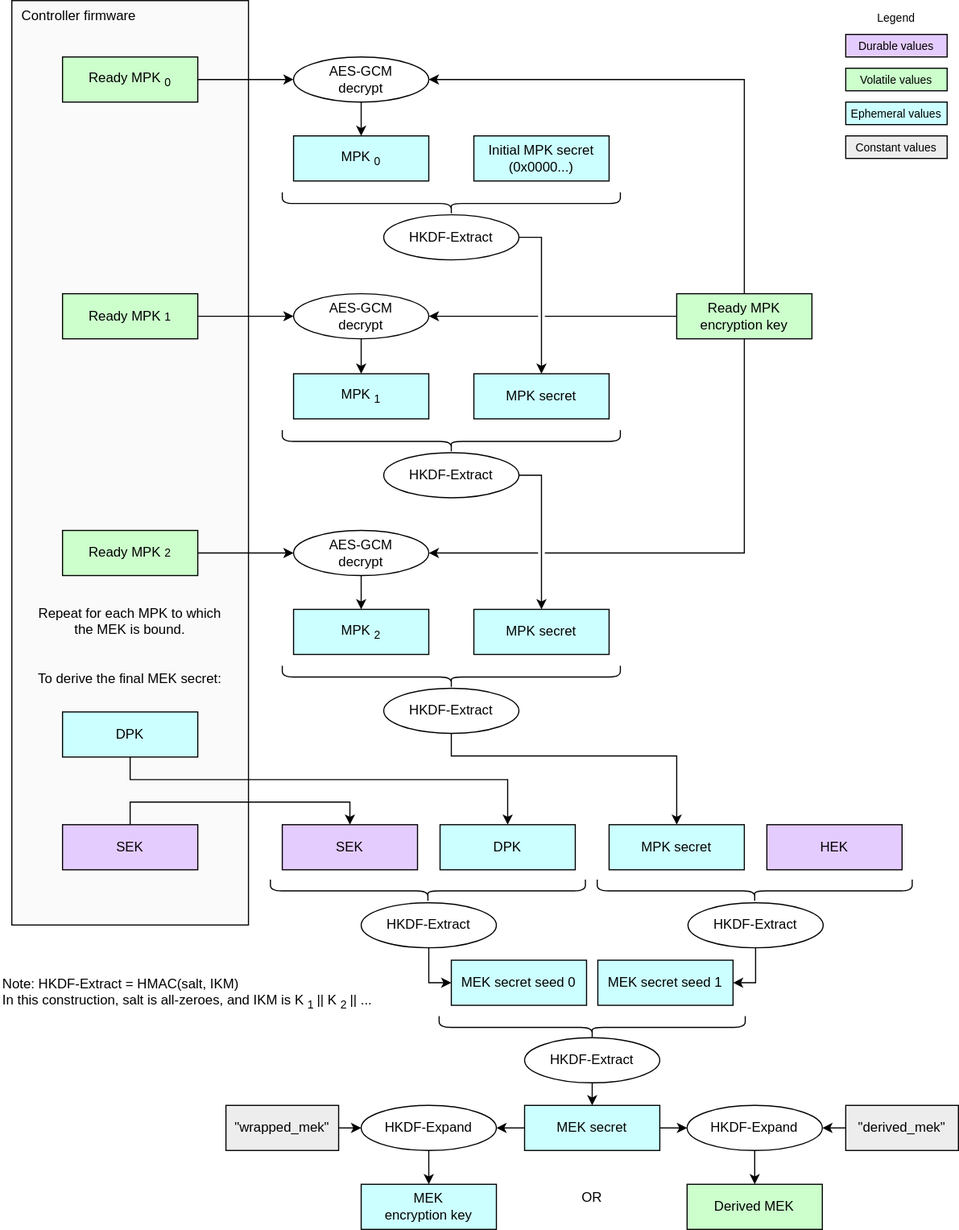
Above: doc/ocp_lock/diagrams/mek_secret_derivation.drawio.svg in chipsalliance/Caliptra (draw.io), before the change. Source tidied: cells renumbered, new cells last; positions are measured from the earlier drawing's top-left corner, leaving out a move shared by most shapes.
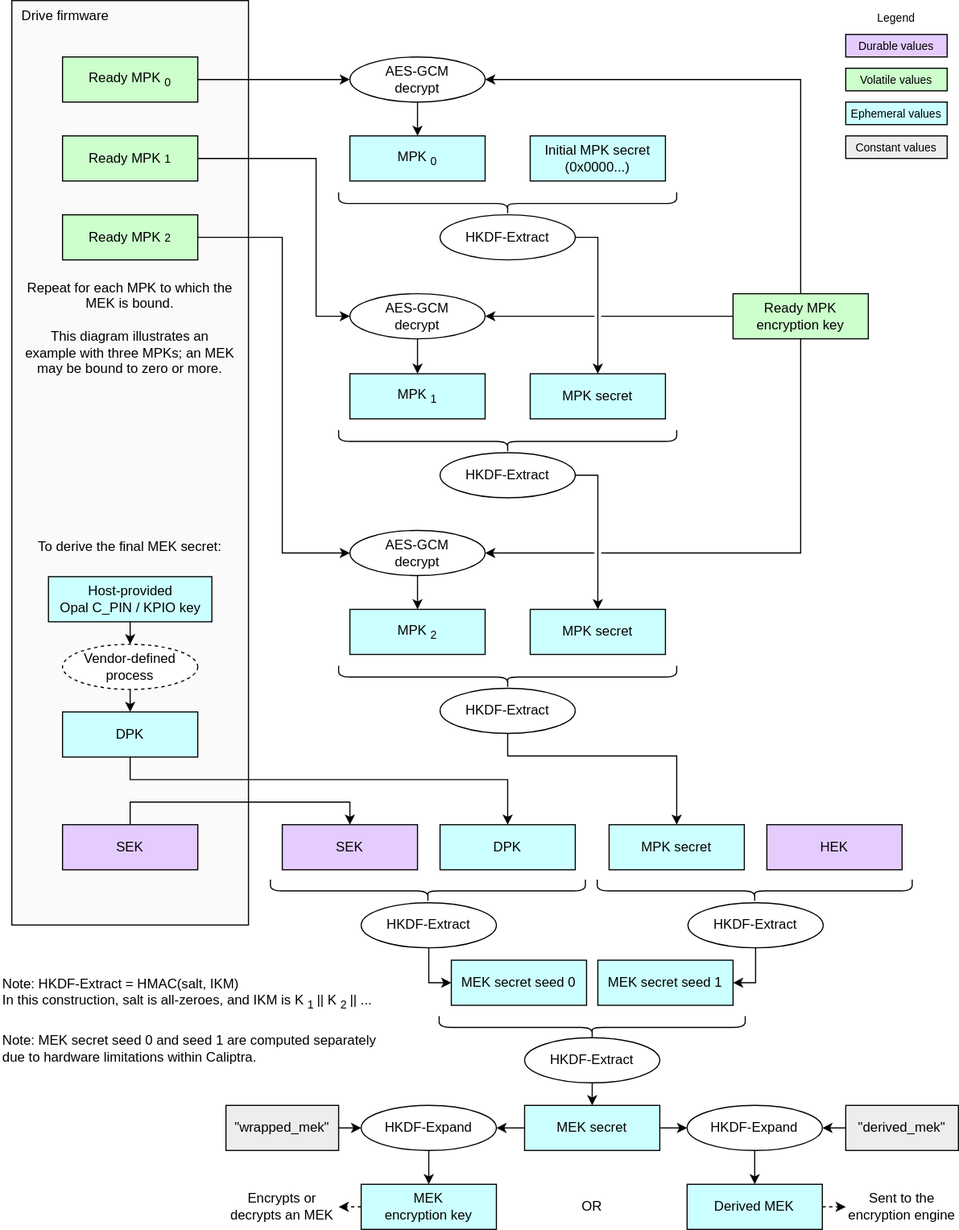
Later version of the same file.

Diff of the diagram source:
```diff
@@ -2,7 +2,7 @@
   <root>
     <mxCell id="0" />
     <mxCell id="1" parent="0" />
-    <mxCell id="2" value="Controller firmware" style="rounded=0;whiteSpace=wrap;html=1;fillColor=#FAFAFA;strokeColor=#000000;align=left;verticalAlign=top;spacingLeft=7;" parent="1" vertex="1">
+    <mxCell id="2" value="Drive firmware" style="rounded=0;whiteSpace=wrap;html=1;fillColor=#FAFAFA;strokeColor=#000000;align=left;verticalAlign=top;spacingLeft=7;" parent="1" vertex="1">
       <mxGeometry x="10" width="210" height="820" as="geometry" />
     </mxCell>
     <mxCell id="3" value="&lt;div&gt;&lt;font color=&quot;#000000&quot;&gt;Durable values&lt;/font&gt;&lt;/div&gt;" style="rounded=0;whiteSpace=wrap;html=1;align=center;verticalAlign=middle;shadow=0;glass=0;spacingLeft=0;spacingBottom=0;spacingTop=0;fillColor=#E5CCFF;fontSize=10;" parent="1" vertex="1">
@@ -21,20 +21,20 @@
       <mxGeometry x="55" y="50" width="120" height="40" as="geometry" />
     </mxCell>
     <mxCell id="8" value="&lt;div&gt;&lt;font color=&quot;#000000&quot;&gt;Ready&amp;nbsp;&lt;span style=&quot;color: rgb(0, 0, 0);&quot;&gt;MPK&lt;/span&gt;&lt;/font&gt;&lt;/div&gt;&lt;div&gt;&lt;font color=&quot;#000000&quot;&gt;encryption key&lt;/font&gt;&lt;/div&gt;" style="rounded=0;whiteSpace=wrap;html=1;align=center;verticalAlign=middle;shadow=0;glass=0;spacingLeft=0;spacingBottom=0;spacingTop=0;fillColor=#CCFFCC;" parent="1" vertex="1">
-      <mxGeometry x="600" y="260" width="120" height="40" as="geometry" />
+      <mxGeometry x="650" y="260" width="120" height="40" as="geometry" />
     </mxCell>
     <mxCell id="9" value="AES-GCM&lt;div&gt;decrypt&lt;/div&gt;" style="ellipse;whiteSpace=wrap;html=1;fillColor=#FFFFFF;" parent="1" vertex="1">
-      <mxGeometry x="260" y="50" width="120" height="40" as="geometry" />
+      <mxGeometry x="310" y="50" width="120" height="40" as="geometry" />
     </mxCell>
     <mxCell id="10" style="edgeStyle=segmentEdgeStyle;endArrow=classic;html=1;curved=0;rounded=0;endSize=6;startSize=6;entryX=1;entryY=0.5;entryDx=0;entryDy=0;exitX=0.5;exitY=0;exitDx=0;exitDy=0;" parent="1" edge="1" source="8" target="9">
       <mxGeometry relative="1" as="geometry">
         <Array as="points">
-          <mxPoint x="660" y="70" />
+          <mxPoint x="710" y="70" />
         </Array>
       </mxGeometry>
     </mxCell>
     <mxCell id="11" value="&lt;div&gt;&lt;font color=&quot;#000000&quot;&gt;MPK&lt;sub&gt;0&lt;/sub&gt;&lt;/font&gt;&lt;/div&gt;" style="rounded=0;whiteSpace=wrap;html=1;align=center;verticalAlign=middle;shadow=0;glass=0;spacingLeft=0;spacingBottom=0;spacingTop=0;fillColor=#CCFFFF;" parent="1" vertex="1">
-      <mxGeometry x="260" y="120" width="120" height="40" as="geometry" />
+      <mxGeometry x="310" y="120" width="120" height="40" as="geometry" />
     </mxCell>
     <mxCell id="12" style="edgeStyle=none;html=1;exitX=0.5;exitY=1;exitDx=0;exitDy=0;entryX=0.5;entryY=0;entryDx=0;entryDy=0;" parent="1" edge="1" source="9" target="11">
       <mxGeometry relative="1" as="geometry" />
@@ -43,61 +43,55 @@
       <mxGeometry relative="1" as="geometry" />
     </mxCell>
     <mxCell id="14" value="&lt;div&gt;&lt;font color=&quot;#000000&quot;&gt;Initial MPK secret&amp;nbsp;&lt;/font&gt;&lt;span style=&quot;background-color: transparent;&quot;&gt;(0x0000...)&lt;/span&gt;&lt;/div&gt;" style="rounded=0;whiteSpace=wrap;html=1;align=center;verticalAlign=middle;shadow=0;glass=0;spacingLeft=0;spacingBottom=0;spacingTop=0;fillColor=#CCFFFF;" parent="1" vertex="1">
-      <mxGeometry x="420" y="120" width="120" height="40" as="geometry" />
+      <mxGeometry x="470" y="120" width="120" height="40" as="geometry" />
     </mxCell>
     <mxCell id="15" style="shape=curlyBracket;whiteSpace=wrap;html=1;rounded=1;labelPosition=left;verticalLabelPosition=middle;align=right;verticalAlign=middle;rotation=-90;" parent="1" vertex="1">
-      <mxGeometry x="390" y="30" width="20" height="300" as="geometry" />
+      <mxGeometry x="440" y="30" width="20" height="300" as="geometry" />
     </mxCell>
     <mxCell id="16" value="HKDF-Extract" style="ellipse;whiteSpace=wrap;html=1;fillColor=#FFFFFF;" parent="1" vertex="1">
-      <mxGeometry x="340" y="190" width="120" height="40" as="geometry" />
+      <mxGeometry x="390" y="190" width="120" height="40" as="geometry" />
     </mxCell>
     <mxCell id="17" value="&lt;div&gt;&lt;font color=&quot;#000000&quot;&gt;MPK secret&lt;/font&gt;&lt;/div&gt;" style="rounded=0;whiteSpace=wrap;html=1;align=center;verticalAlign=middle;shadow=0;glass=0;spacingLeft=0;spacingBottom=0;spacingTop=0;fillColor=#CCFFFF;" parent="1" vertex="1">
-      <mxGeometry x="420" y="331" width="120" height="40" as="geometry" />
+      <mxGeometry x="470" y="331" width="120" height="40" as="geometry" />
     </mxCell>
     <mxCell id="18" value="&lt;div&gt;&lt;font color=&quot;#000000&quot;&gt;Ready&amp;nbsp;&lt;/font&gt;&lt;font style=&quot;font-size: 10px;&quot;&gt;&lt;span style=&quot;color: rgb(0, 0, 0); font-size: 12px;&quot;&gt;MPK&lt;/span&gt;1&lt;/font&gt;&lt;/div&gt;" style="rounded=0;whiteSpace=wrap;html=1;align=center;verticalAlign=middle;shadow=0;glass=0;spacingLeft=0;spacingBottom=0;spacingTop=0;fillColor=#CCFFCC;" parent="1" vertex="1">
-      <mxGeometry x="55" y="260" width="120" height="40" as="geometry" />
+      <mxGeometry x="55" y="120" width="120" height="40" as="geometry" />
     </mxCell>
     <mxCell id="19" value="AES-GCM&lt;div&gt;decrypt&lt;/div&gt;" style="ellipse;whiteSpace=wrap;html=1;fillColor=#FFFFFF;" parent="1" vertex="1">
-      <mxGeometry x="260" y="260" width="120" height="40" as="geometry" />
+      <mxGeometry x="310" y="260" width="120" height="40" as="geometry" />
     </mxCell>
-    <mxCell id="20" style="edgeStyle=none;html=1;exitX=1;exitY=0.5;exitDx=0;exitDy=0;entryX=0;entryY=0.5;entryDx=0;entryDy=0;" parent="1" edge="1" source="18" target="19">
-      <mxGeometry relative="1" as="geometry" />
-    </mxCell>
     <mxCell id="21" value="&lt;div&gt;&lt;font color=&quot;#000000&quot;&gt;MPK&lt;sub&gt;1&lt;/sub&gt;&lt;/font&gt;&lt;/div&gt;" style="rounded=0;whiteSpace=wrap;html=1;align=center;verticalAlign=middle;shadow=0;glass=0;spacingLeft=0;spacingBottom=0;spacingTop=0;fillColor=#CCFFFF;" parent="1" vertex="1">
-      <mxGeometry x="260" y="331" width="120" height="40" as="geometry" />
+      <mxGeometry x="310" y="331" width="120" height="40" as="geometry" />
     </mxCell>
     <mxCell id="22" style="shape=curlyBracket;whiteSpace=wrap;html=1;rounded=1;labelPosition=left;verticalLabelPosition=middle;align=right;verticalAlign=middle;rotation=-90;" parent="1" vertex="1">
-      <mxGeometry x="390" y="241" width="20" height="300" as="geometry" />
+      <mxGeometry x="440" y="241" width="20" height="300" as="geometry" />
     </mxCell>
     <mxCell id="23" value="HKDF-Extract" style="ellipse;whiteSpace=wrap;html=1;fillColor=#FFFFFF;" parent="1" vertex="1">
-      <mxGeometry x="340" y="401" width="120" height="40" as="geometry" />
+      <mxGeometry x="390" y="401" width="120" height="40" as="geometry" />
     </mxCell>
     <mxCell id="24" value="&lt;div&gt;&lt;font color=&quot;#000000&quot;&gt;MPK secret&lt;/font&gt;&lt;/div&gt;" style="rounded=0;whiteSpace=wrap;html=1;align=center;verticalAlign=middle;shadow=0;glass=0;spacingLeft=0;spacingBottom=0;spacingTop=0;fillColor=#CCFFFF;" parent="1" vertex="1">
-      <mxGeometry x="420" y="540" width="120" height="40" as="geometry" />
+      <mxGeometry x="470" y="540" width="120" height="40" as="geometry" />
     </mxCell>
     <mxCell id="25" style="edgeStyle=none;html=1;exitX=0.5;exitY=1;exitDx=0;exitDy=0;entryX=0.5;entryY=0;entryDx=0;entryDy=0;" parent="1" edge="1" source="19" target="21">
       <mxGeometry relative="1" as="geometry" />
     </mxCell>
     <mxCell id="26" value="&lt;div&gt;&lt;font color=&quot;#000000&quot;&gt;Ready&amp;nbsp;&lt;span style=&quot;color: rgb(0, 0, 0);&quot;&gt;MPK&lt;/span&gt;&lt;span style=&quot;font-size: 10px;&quot;&gt;2&lt;/span&gt;&lt;/font&gt;&lt;/div&gt;" style="rounded=0;whiteSpace=wrap;html=1;align=center;verticalAlign=middle;shadow=0;glass=0;spacingLeft=0;spacingBottom=0;spacingTop=0;fillColor=#CCFFCC;" parent="1" vertex="1">
-      <mxGeometry x="55" y="470" width="120" height="40" as="geometry" />
+      <mxGeometry x="55" y="190" width="120" height="40" as="geometry" />
     </mxCell>
     <mxCell id="27" value="AES-GCM&lt;div&gt;decrypt&lt;/div&gt;" style="ellipse;whiteSpace=wrap;html=1;fillColor=#FFFFFF;" parent="1" vertex="1">
-      <mxGeometry x="260" y="470" width="120" height="40" as="geometry" />
+      <mxGeometry x="310" y="470" width="120" height="40" as="geometry" />
     </mxCell>
-    <mxCell id="28" style="edgeStyle=none;html=1;exitX=1;exitY=0.5;exitDx=0;exitDy=0;entryX=0;entryY=0.5;entryDx=0;entryDy=0;" parent="1" edge="1" source="26" target="27">
-      <mxGeometry relative="1" as="geometry" />
-    </mxCell>
     <mxCell id="29" value="&lt;div&gt;&lt;font color=&quot;#000000&quot;&gt;MPK&lt;sub&gt;2&lt;/sub&gt;&lt;/font&gt;&lt;/div&gt;" style="rounded=0;whiteSpace=wrap;html=1;align=center;verticalAlign=middle;shadow=0;glass=0;spacingLeft=0;spacingBottom=0;spacingTop=0;fillColor=#CCFFFF;" parent="1" vertex="1">
-      <mxGeometry x="260" y="540" width="120" height="40" as="geometry" />
+      <mxGeometry x="310" y="540" width="120" height="40" as="geometry" />
     </mxCell>
     <mxCell id="30" value="HKDF-Extract" style="ellipse;whiteSpace=wrap;html=1;fillColor=#FFFFFF;" parent="1" vertex="1">
-      <mxGeometry x="340" y="610" width="120" height="40" as="geometry" />
+      <mxGeometry x="390" y="610" width="120" height="40" as="geometry" />
     </mxCell>
     <mxCell id="31" style="edgeStyle=none;html=1;exitX=0.5;exitY=1;exitDx=0;exitDy=0;entryX=0.5;entryY=0;entryDx=0;entryDy=0;" parent="1" edge="1" source="27" target="29">
       <mxGeometry relative="1" as="geometry" />
     </mxCell>
     <mxCell id="32" style="shape=curlyBracket;whiteSpace=wrap;html=1;rounded=1;labelPosition=left;verticalLabelPosition=middle;align=right;verticalAlign=middle;rotation=-90;" parent="1" vertex="1">
-      <mxGeometry x="390" y="450" width="20" height="300" as="geometry" />
+      <mxGeometry x="440" y="450" width="20" height="300" as="geometry" />
     </mxCell>
     <mxCell id="33" value="&lt;div&gt;&lt;font color=&quot;#000000&quot;&gt;HEK&lt;/font&gt;&lt;/div&gt;" style="rounded=0;whiteSpace=wrap;html=1;align=center;verticalAlign=middle;shadow=0;glass=0;spacingLeft=0;spacingBottom=0;spacingTop=0;fillColor=#E5CCFF;" parent="1" vertex="1">
       <mxGeometry x="680" y="731" width="120" height="40" as="geometry" />
@@ -146,8 +140,8 @@
     <mxCell id="43" value="Note: HKDF-Extract = HMAC(salt, IKM)&lt;div&gt;&lt;div&gt;In this construction, salt is all-zeroes, and IKM is K&lt;sub&gt;1&lt;/sub&gt; || K&lt;sub&gt;2&lt;/sub&gt; || ...&lt;/div&gt;&lt;/div&gt;" style="text;strokeColor=none;align=left;fillColor=none;html=1;verticalAlign=middle;whiteSpace=wrap;rounded=0;fontSize=12;" parent="1" vertex="1">
       <mxGeometry y="851.2" width="350" height="60" as="geometry" />
     </mxCell>
-    <mxCell id="44" value="Repeat for each MPK to which the MEK is bound.&lt;div&gt;&lt;br&gt;&lt;/div&gt;&lt;div&gt;&lt;br&gt;&lt;/div&gt;&lt;div&gt;&lt;span style=&quot;color: rgb(0, 0, 0);&quot;&gt;To derive the final MEK secret:&lt;/span&gt;&lt;/div&gt;" style="text;strokeColor=none;align=center;fillColor=none;html=1;verticalAlign=top;whiteSpace=wrap;rounded=0;" parent="1" vertex="1">
-      <mxGeometry x="30" y="530" width="170" height="60" as="geometry" />
+    <mxCell id="44" value="&lt;div&gt;&lt;span style=&quot;background-color: transparent;&quot;&gt;To derive the final MEK secret:&lt;/span&gt;&lt;/div&gt;" style="text;strokeColor=none;align=center;fillColor=none;html=1;verticalAlign=top;whiteSpace=wrap;rounded=0;" parent="1" vertex="1">
+      <mxGeometry x="30" y="471" width="170" height="40" as="geometry" />
     </mxCell>
     <mxCell id="45" value="HKDF-Expand" style="ellipse;whiteSpace=wrap;html=1;fillColor=#FFFFFF;" parent="1" vertex="1">
       <mxGeometry x="609.2" y="980" width="120" height="40" as="geometry" />
@@ -170,11 +164,11 @@
     <mxCell id="51" style="edgeStyle=orthogonalEdgeStyle;endArrow=classic;html=1;rounded=0;endSize=6;startSize=6;exitX=0;exitY=0.5;exitDx=0;exitDy=0;entryX=1;entryY=0.5;entryDx=0;entryDy=0;" parent="1" edge="1" source="72" target="54">
       <mxGeometry relative="1" as="geometry" />
     </mxCell>
-    <mxCell id="52" value="&lt;div&gt;&lt;font color=&quot;#000000&quot;&gt;Derived MEK&lt;/font&gt;&lt;/div&gt;" style="rounded=0;whiteSpace=wrap;html=1;align=center;verticalAlign=middle;shadow=0;glass=0;spacingLeft=0;spacingBottom=0;spacingTop=0;fillColor=#CCFFCC;" parent="1" vertex="1">
+    <mxCell id="52" value="&lt;div&gt;&lt;font color=&quot;#000000&quot;&gt;Derived MEK&lt;/font&gt;&lt;/div&gt;" style="rounded=0;whiteSpace=wrap;html=1;align=center;verticalAlign=middle;shadow=0;glass=0;spacingLeft=0;spacingBottom=0;spacingTop=0;fillColor=#CCFFFF;" parent="1" vertex="1">
       <mxGeometry x="609.2" y="1050" width="120" height="40" as="geometry" />
     </mxCell>
     <mxCell id="53" value="OR" style="text;strokeColor=none;align=center;fillColor=none;html=1;verticalAlign=middle;whiteSpace=wrap;rounded=0;" parent="1" vertex="1">
-      <mxGeometry x="465" y="1046.6" width="120" height="30" as="geometry" />
+      <mxGeometry x="465" y="1055" width="120" height="30" as="geometry" />
     </mxCell>
     <mxCell id="54" value="HKDF-Expand" style="ellipse;whiteSpace=wrap;html=1;fillColor=#FFFFFF;" parent="1" vertex="1">
       <mxGeometry x="320" y="980" width="120" height="40" as="geometry" />
@@ -194,28 +188,28 @@
     <mxCell id="59" style="edgeStyle=elbowEdgeStyle;endArrow=classic;html=1;rounded=0;endSize=6;startSize=6;entryX=0.5;entryY=0;entryDx=0;entryDy=0;exitX=1;exitY=0.5;exitDx=0;exitDy=0;elbow=vertical;jumpStyle=none;" parent="1" edge="1" source="16" target="17">
       <mxGeometry relative="1" as="geometry">
         <Array as="points">
-          <mxPoint x="490" y="210" />
+          <mxPoint x="540" y="210" />
         </Array>
       </mxGeometry>
     </mxCell>
     <mxCell id="60" style="edgeStyle=elbowEdgeStyle;endArrow=classic;html=1;rounded=0;endSize=6;startSize=6;entryX=0.5;entryY=0;entryDx=0;entryDy=0;exitX=1;exitY=0.5;exitDx=0;exitDy=0;elbow=vertical;jumpStyle=none;" parent="1" edge="1" source="23" target="24">
       <mxGeometry relative="1" as="geometry">
         <Array as="points">
-          <mxPoint x="490" y="421" />
+          <mxPoint x="540" y="421" />
         </Array>
       </mxGeometry>
     </mxCell>
     <mxCell id="61" style="edgeStyle=elbowEdgeStyle;endArrow=classic;html=1;rounded=0;endSize=6;startSize=6;elbow=vertical;exitX=0;exitY=0.5;exitDx=0;exitDy=0;entryX=1;entryY=0.5;entryDx=0;entryDy=0;jumpStyle=gap;" parent="1" edge="1" source="8" target="19">
       <mxGeometry relative="1" as="geometry">
         <Array as="points">
-          <mxPoint x="500" y="280" />
+          <mxPoint x="550" y="280" />
         </Array>
       </mxGeometry>
     </mxCell>
     <mxCell id="62" style="edgeStyle=elbowEdgeStyle;endArrow=classic;html=1;rounded=0;endSize=6;startSize=6;elbow=vertical;entryX=1;entryY=0.5;entryDx=0;entryDy=0;jumpStyle=gap;exitX=0.5;exitY=1;exitDx=0;exitDy=0;" parent="1" edge="1" source="8" target="27">
       <mxGeometry relative="1" as="geometry">
         <Array as="points">
-          <mxPoint x="520" y="490" />
+          <mxPoint x="570" y="490" />
         </Array>
       </mxGeometry>
     </mxCell>
@@ -252,5 +246,51 @@
     <mxCell id="73" style="edgeStyle=none;html=1;exitX=0.5;exitY=1;exitDx=0;exitDy=0;entryX=0.5;entryY=0;entryDx=0;entryDy=0;" parent="1" edge="1" source="42" target="72">
       <mxGeometry relative="1" as="geometry" />
     </mxCell>
+    <mxCell id="74" value="Vendor-defined process" style="ellipse;whiteSpace=wrap;html=1;fillColor=#FFFFFF;dashed=1;" parent="1" vertex="1">
+      <mxGeometry x="55" y="571" width="120" height="40" as="geometry" />
+    </mxCell>
+    <mxCell id="75" value="&lt;div&gt;&lt;font color=&quot;#000000&quot;&gt;Host-provided&lt;/font&gt;&lt;/div&gt;&lt;div&gt;&lt;font color=&quot;#000000&quot;&gt;Opal C_PIN / KPIO key&lt;/font&gt;&lt;/div&gt;" style="rounded=0;whiteSpace=wrap;html=1;align=center;verticalAlign=middle;shadow=0;glass=0;spacingLeft=0;spacingBottom=0;spacingTop=0;fillColor=#CCFFFF;" parent="1" vertex="1">
+      <mxGeometry x="42.5" y="511" width="145" height="40" as="geometry" />
+    </mxCell>
+    <mxCell id="76" style="endArrow=classic;html=1;exitX=0.5;exitY=1;exitDx=0;exitDy=0;" parent="1" edge="1" source="75" target="74">
+      <mxGeometry relative="1" as="geometry" />
+    </mxCell>
+    <mxCell id="77" style="endArrow=classic;html=1;exitX=0.5;exitY=1;exitDx=0;exitDy=0;entryX=0.5;entryY=0;entryDx=0;entryDy=0;" parent="1" edge="1" source="74" target="34">
+      <mxGeometry relative="1" as="geometry" />
+    </mxCell>
+    <mxCell id="20" style="edgeStyle=orthogonalEdgeStyle;endArrow=classic;html=1;rounded=0;endSize=6;startSize=6;exitX=1;exitY=0.5;exitDx=0;exitDy=0;arcSize=20;entryX=0;entryY=0.5;entryDx=0;entryDy=0;" parent="1" edge="1" source="18" target="19">
+      <mxGeometry relative="1" as="geometry">
+        <Array as="points">
+          <mxPoint x="280" y="140" />
+          <mxPoint x="280" y="280" />
+        </Array>
+      </mxGeometry>
+    </mxCell>
+    <mxCell id="28" style="edgeStyle=orthogonalEdgeStyle;endArrow=classic;html=1;rounded=0;endSize=6;startSize=6;exitX=1;exitY=0.5;exitDx=0;exitDy=0;arcSize=20;entryX=0;entryY=0.5;entryDx=0;entryDy=0;" parent="1" edge="1" source="26" target="27">
+      <mxGeometry relative="1" as="geometry">
+        <Array as="points">
+          <mxPoint x="250" y="210" />
+          <mxPoint x="250" y="490" />
+        </Array>
+      </mxGeometry>
+    </mxCell>
+    <mxCell id="78" value="Repeat for each MPK to which the MEK is bound.&lt;div&gt;&lt;br&gt;&lt;/div&gt;&lt;div&gt;This diagram illustrates an example with three MPKs; an MEK may be bound to zero or more.&lt;/div&gt;" style="text;strokeColor=none;align=center;fillColor=none;html=1;verticalAlign=top;whiteSpace=wrap;rounded=0;" parent="1" vertex="1">
+      <mxGeometry x="20" y="241" width="190" height="109" as="geometry" />
+    </mxCell>
+    <mxCell id="79" value="Note: MEK secret seed 0 and seed 1 are computed separately due to hardware limitations within Caliptra." style="text;strokeColor=none;align=left;fillColor=none;html=1;verticalAlign=middle;whiteSpace=wrap;rounded=0;fontSize=12;" parent="1" vertex="1">
+      <mxGeometry y="900" width="350" height="60" as="geometry" />
+    </mxCell>
+    <mxCell id="80" value="Sent to the&lt;div&gt;encryption engine&lt;/div&gt;" style="text;strokeColor=none;align=center;fillColor=none;html=1;verticalAlign=middle;whiteSpace=wrap;rounded=0;" parent="1" vertex="1">
+      <mxGeometry x="750" y="1055" width="100" height="30" as="geometry" />
+    </mxCell>
+    <mxCell id="81" style="edgeStyle=none;html=1;exitX=1;exitY=0.5;exitDx=0;exitDy=0;entryX=0;entryY=0.5;entryDx=0;entryDy=0;dashed=1;" parent="1" edge="1" source="52" target="80">
+      <mxGeometry relative="1" as="geometry" />
+    </mxCell>
+    <mxCell id="82" value="Encrypts or decrypts an MEK" style="text;strokeColor=none;align=center;fillColor=none;html=1;verticalAlign=middle;whiteSpace=wrap;rounded=0;" parent="1" vertex="1">
+      <mxGeometry x="200" y="1055" width="100" height="30" as="geometry" />
+    </mxCell>
+    <mxCell id="83" style="edgeStyle=none;html=1;exitX=0;exitY=0.5;exitDx=0;exitDy=0;entryX=1;entryY=0.5;entryDx=0;entryDy=0;dashed=1;" parent="1" edge="1" source="50" target="82">
+      <mxGeometry relative="1" as="geometry" />
+    </mxCell>
   </root>
 </mxGraphModel>
```
